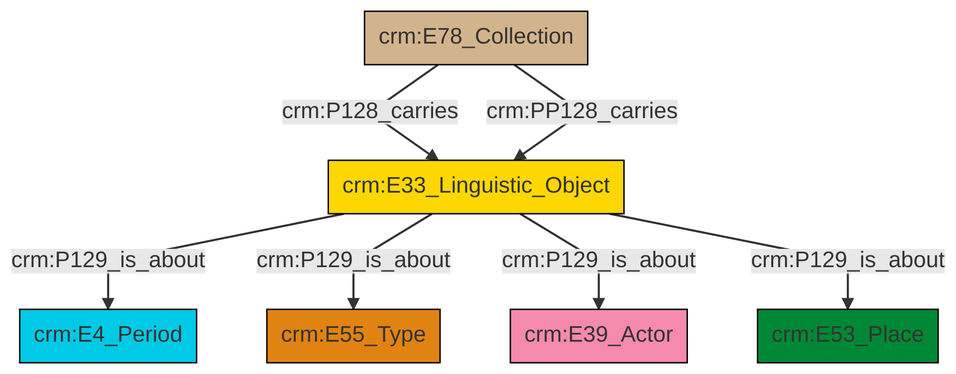
The Mermaid diagram et/archivalCSV/ttl/mmd/png/archival_aboutness.png in swiss-art-research-net/docs.swissartresearch, before a commit. Its source is kept beside it as et/archivalCSV/ttl/mmd/archival_aboutness.ttl.mmd.
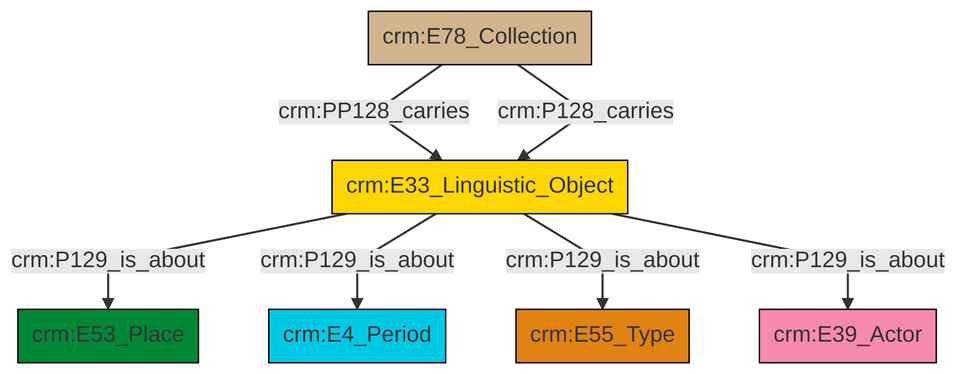
The same file after the commit.

What changed in the source:
```diff
@@ -13,9 +13,9 @@
 classDef PC_Classes fill:#4ce600, stroke:#000000;
 classDef Multi fill:#cccccc,stroke:#000000;
 
-2["crm:E78_Collection"]:::Physical_Thing -->|crm:P128_carries| 0["crm:E33_Linguistic_Object"]:::Conceptual_Object
-0["crm:E33_Linguistic_Object"]:::Conceptual_Object -->|crm:P129_is_about| 5["crm:E4_Period"]:::Temporal_Entity
-0["crm:E33_Linguistic_Object"]:::Conceptual_Object -->|crm:P129_is_about| 6["crm:E55_Type"]:::Type
-2["crm:E78_Collection"]:::Physical_Thing -->|crm:PP128_carries| 0["crm:E33_Linguistic_Object"]:::Conceptual_Object
-0["crm:E33_Linguistic_Object"]:::Conceptual_Object -->|crm:P129_is_about| 3["crm:E39_Actor"]:::Actor
-0["crm:E33_Linguistic_Object"]:::Conceptual_Object -->|crm:P129_is_about| 7["crm:E53_Place"]:::Place
+0["crm:E33_Linguistic_Object"]:::Conceptual_Object -->|crm:P129_is_about| 2["crm:E53_Place"]:::Place
+0["crm:E33_Linguistic_Object"]:::Conceptual_Object -->|crm:P129_is_about| 3["crm:E4_Period"]:::Temporal_Entity
+5["crm:E78_Collection"]:::Physical_Thing -->|crm:PP128_carries| 0["crm:E33_Linguistic_Object"]:::Conceptual_Object
+5["crm:E78_Collection"]:::Physical_Thing -->|crm:P128_carries| 0["crm:E33_Linguistic_Object"]:::Conceptual_Object
+0["crm:E33_Linguistic_Object"]:::Conceptual_Object -->|crm:P129_is_about| 9["crm:E55_Type"]:::Type
+0["crm:E33_Linguistic_Object"]:::Conceptual_Object -->|crm:P129_is_about| 7["crm:E39_Actor"]:::Actor
```
